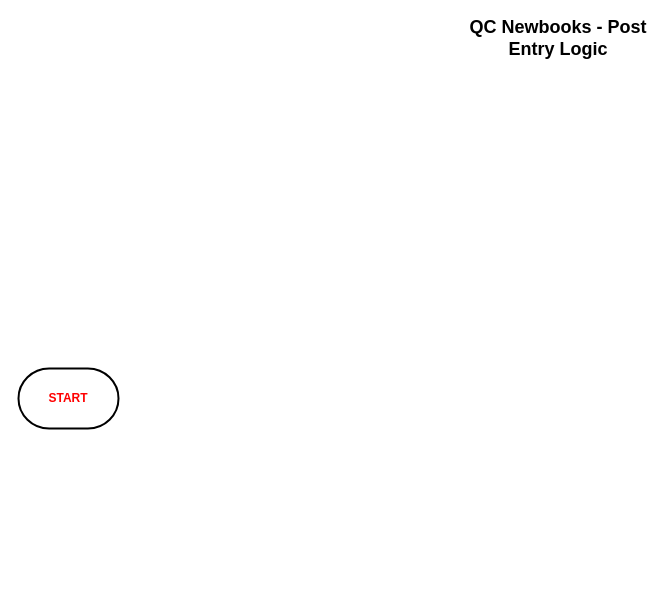
Before: QC_Newbooks_Diagrams.drawio in Dave13-Ui/diagram-qc-new-books, a draw.io diagram. Source tidied: cells renumbered, new cells numbered last; positions are measured from the earlier drawing's top-left corner, leaving out a move shared by most shapes. Both pictures are drawn from the tidied source at 100%, with x=0, y=0 at pixel (18, 23).
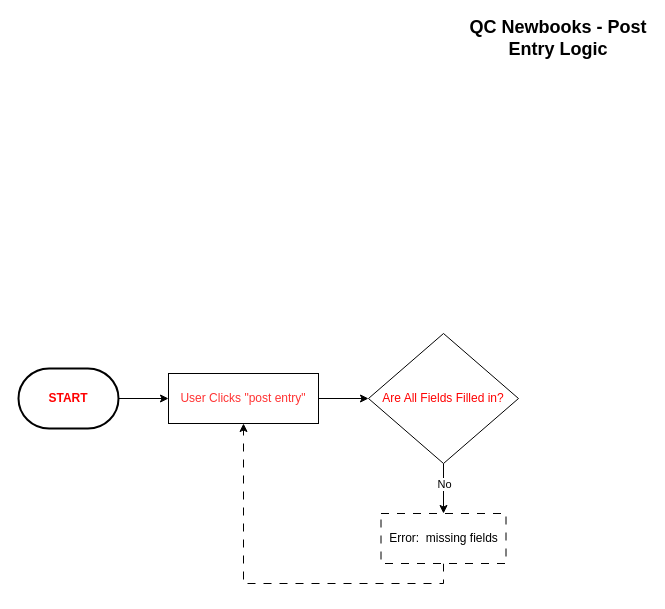
After the change.

The edit, as a diff of the source:
```diff
@@
 <mxGraphModel>
   <root>
     <mxCell id="0" />
     <mxCell id="1" parent="0" />
     <mxCell id="2" value="&lt;b&gt;&lt;font style=&quot;font-size: 18px;&quot;&gt;QC Newbooks - Post Entry Logic&lt;/font&gt;&lt;/b&gt;" style="text;html=1;whiteSpace=wrap;strokeColor=none;fillColor=none;align=center;verticalAlign=middle;rounded=0;" parent="1" vertex="1">
       <mxGeometry x="450" width="180" height="30" as="geometry" />
     </mxCell>
+    <mxCell id="4" style="edgeStyle=orthogonalEdgeStyle;rounded=0;jettySize=auto;html=1;entryX=0;entryY=0.5;entryDx=0;entryDy=0;" parent="1" edge="1" source="3" target="6">
+      <mxGeometry relative="1" as="geometry" />
+    </mxCell>
     <mxCell id="3" value="&lt;b&gt;&lt;font style=&quot;color: rgb(255, 0, 0);&quot;&gt;START&lt;/font&gt;&lt;/b&gt;" style="strokeWidth=2;html=1;shape=mxgraph.flowchart.terminator;whiteSpace=wrap;" parent="1" vertex="1">
       <mxGeometry y="345" width="100" height="60" as="geometry" />
     </mxCell>
+    <mxCell id="5" style="edgeStyle=orthogonalEdgeStyle;rounded=0;jettySize=auto;html=1;entryX=0;entryY=0.5;entryDx=0;entryDy=0;" parent="1" edge="1" source="6" target="9">
+      <mxGeometry relative="1" as="geometry" />
+    </mxCell>
+    <mxCell id="6" value="&lt;font style=&quot;color: rgb(255, 51, 51);&quot;&gt;User Clicks &quot;post entry&quot;&lt;/font&gt;" style="html=1;dashed=0;whiteSpace=wrap;" parent="1" vertex="1">
+      <mxGeometry x="150" y="350" width="150" height="50" as="geometry" />
+    </mxCell>
+    <mxCell id="7" style="edgeStyle=orthogonalEdgeStyle;rounded=0;jettySize=auto;html=1;entryX=0.5;entryY=0;entryDx=0;entryDy=0;" parent="1" edge="1" source="9" target="11">
+      <mxGeometry relative="1" as="geometry" />
+    </mxCell>
+    <mxCell id="8" value="No" style="edgeLabel;html=1;align=center;verticalAlign=middle;" parent="7" vertex="1">
+      <mxGeometry x="0.04" relative="1" as="geometry">
+        <mxPoint y="-6" as="offset" />
+      </mxGeometry>
+    </mxCell>
+    <mxCell id="9" value="&lt;font style=&quot;color: rgb(255, 0, 0);&quot;&gt;Are All Fields Filled in?&lt;/font&gt;" style="shape=rhombus;html=1;dashed=0;whiteSpace=wrap;perimeter=rhombusPerimeter;" parent="1" vertex="1">
+      <mxGeometry x="350" y="310" width="150" height="130" as="geometry" />
+    </mxCell>
+    <mxCell id="10" style="edgeStyle=orthogonalEdgeStyle;rounded=0;jettySize=auto;html=1;exitX=0.5;exitY=1;exitDx=0;exitDy=0;entryX=0.5;entryY=1;entryDx=0;entryDy=0;dashed=1;dashPattern=8 8;" parent="1" edge="1" source="11" target="6">
+      <mxGeometry relative="1" as="geometry" />
+    </mxCell>
+    <mxCell id="11" value="Error:&amp;nbsp; missing fields" style="html=1;dashed=1;whiteSpace=wrap;strokeColor=default;dashPattern=8 8;" parent="1" vertex="1">
+      <mxGeometry x="362.5" y="490" width="125" height="50" as="geometry" />
+    </mxCell>
   </root>
 </mxGraphModel>
```
